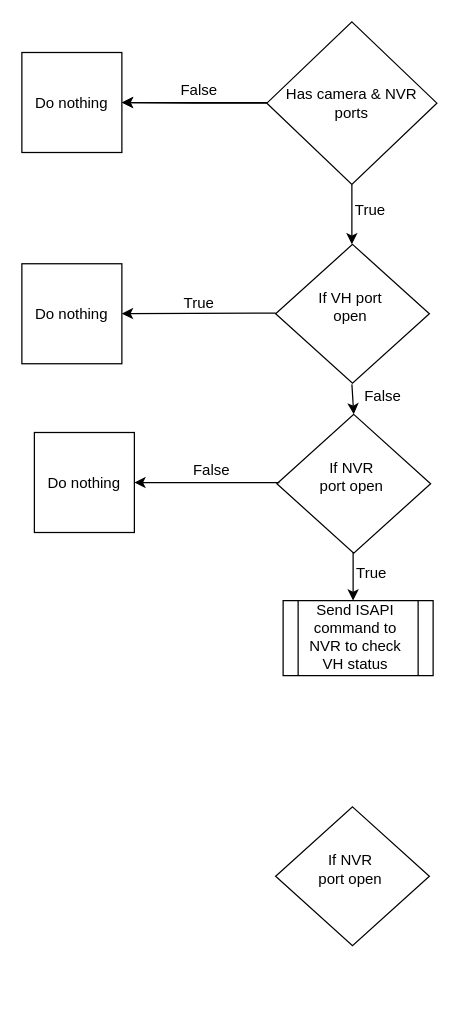
This is Untitled Diagram.drawio from azharmalik3/azharmalik3, a draw.io file, before an edit. Source tidied: cells renumbered, new cells numbered last; positions are measured from the earlier drawing's top-left corner, leaving out a move shared by most shapes. Both pictures are drawn from the tidied source at 125%, with x=0, y=0 at pixel (21, 21).
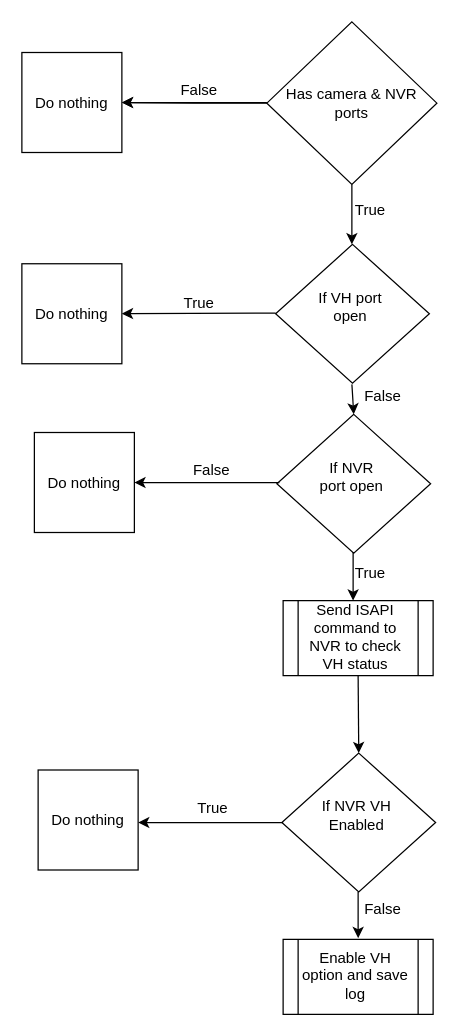
After the change.

The change refers to these unchanged cells:
```xml
<mxCell id="22" style="shape=process;whiteSpace=wrap;html=1;backgroundOutline=1;" parent="1" vertex="1">
  <mxGeometry x="209" y="463" width="120" height="60" as="geometry" />
</mxCell>
```

Diff of the diagram source:
```diff
@@
     <mxCell id="20" style="rhombus;whiteSpace=wrap;html=1;" parent="1" vertex="1">
-      <mxGeometry x="203" y="628" width="123" height="111" as="geometry" />
+      <mxGeometry x="208" y="585" width="123" height="111" as="geometry" />
     </mxCell>
-    <mxCell id="21" value="If NVR port open" style="text;html=1;strokeColor=none;fillColor=none;align=center;verticalAlign=middle;whiteSpace=wrap;rounded=0;" parent="1" vertex="1">
-      <mxGeometry x="233" y="653" width="60" height="49" as="geometry" />
+    <mxCell id="21" value="If NVR VH Enabled" style="text;html=1;strokeColor=none;fillColor=none;align=center;verticalAlign=middle;whiteSpace=wrap;rounded=0;" parent="1" vertex="1">
+      <mxGeometry x="238" y="610" width="60" height="49" as="geometry" />
     </mxCell>
@@
     <mxCell id="24" value="True" style="text;html=1;strokeColor=none;fillColor=none;align=center;verticalAlign=middle;whiteSpace=wrap;rounded=0;" parent="1" vertex="1">
-      <mxGeometry x="250" y="426" width="60" height="30" as="geometry" />
+      <mxGeometry x="249" y="426" width="60" height="30" as="geometry" />
     </mxCell>
@@
+    <mxCell id="27" style="endArrow=classic;html=1;rounded=0;entryX=0.5;entryY=0;entryDx=0;entryDy=0;exitX=0.5;exitY=1;exitDx=0;exitDy=0;" parent="1" edge="1" source="22" target="20">
+      <mxGeometry relative="1" as="geometry" />
+    </mxCell>
+    <mxCell id="28" value="Do nothing" style="whiteSpace=wrap;html=1;" parent="1" vertex="1">
+      <mxGeometry x="13" y="598.5" width="80" height="80" as="geometry" />
+    </mxCell>
+    <mxCell id="29" value="True" style="text;html=1;strokeColor=none;fillColor=none;align=center;verticalAlign=middle;whiteSpace=wrap;rounded=0;" parent="1" vertex="1">
+      <mxGeometry x="123" y="614" width="60" height="30" as="geometry" />
+    </mxCell>
+    <mxCell id="30" style="endArrow=classic;html=1;rounded=0;" parent="1" edge="1">
+      <mxGeometry relative="1" as="geometry">
+        <mxPoint x="209" y="640.5" as="sourcePoint" />
+        <mxPoint x="93" y="640.5" as="targetPoint" />
+      </mxGeometry>
+    </mxCell>
+    <mxCell id="31" value="False" style="text;html=1;strokeColor=none;fillColor=none;align=center;verticalAlign=middle;whiteSpace=wrap;rounded=0;" parent="1" vertex="1">
+      <mxGeometry x="259" y="695" width="60" height="30" as="geometry" />
+    </mxCell>
+    <mxCell id="32" style="shape=process;whiteSpace=wrap;html=1;backgroundOutline=1;" parent="1" vertex="1">
+      <mxGeometry x="209" y="734" width="120" height="60" as="geometry" />
+    </mxCell>
+    <mxCell id="33" value="Enable VH option and save log" style="text;html=1;strokeColor=none;fillColor=none;align=center;verticalAlign=middle;whiteSpace=wrap;rounded=0;" parent="1" vertex="1">
+      <mxGeometry x="222" y="748" width="90" height="30" as="geometry" />
+    </mxCell>
+    <mxCell id="34" style="endArrow=classic;html=1;rounded=0;entryX=0.167;entryY=1.267;entryDx=0;entryDy=0;entryPerimeter=0;" parent="1" edge="1" target="31">
+      <mxGeometry relative="1" as="geometry">
+        <mxPoint x="269" y="696" as="sourcePoint" />
+      </mxGeometry>
+    </mxCell>
```
